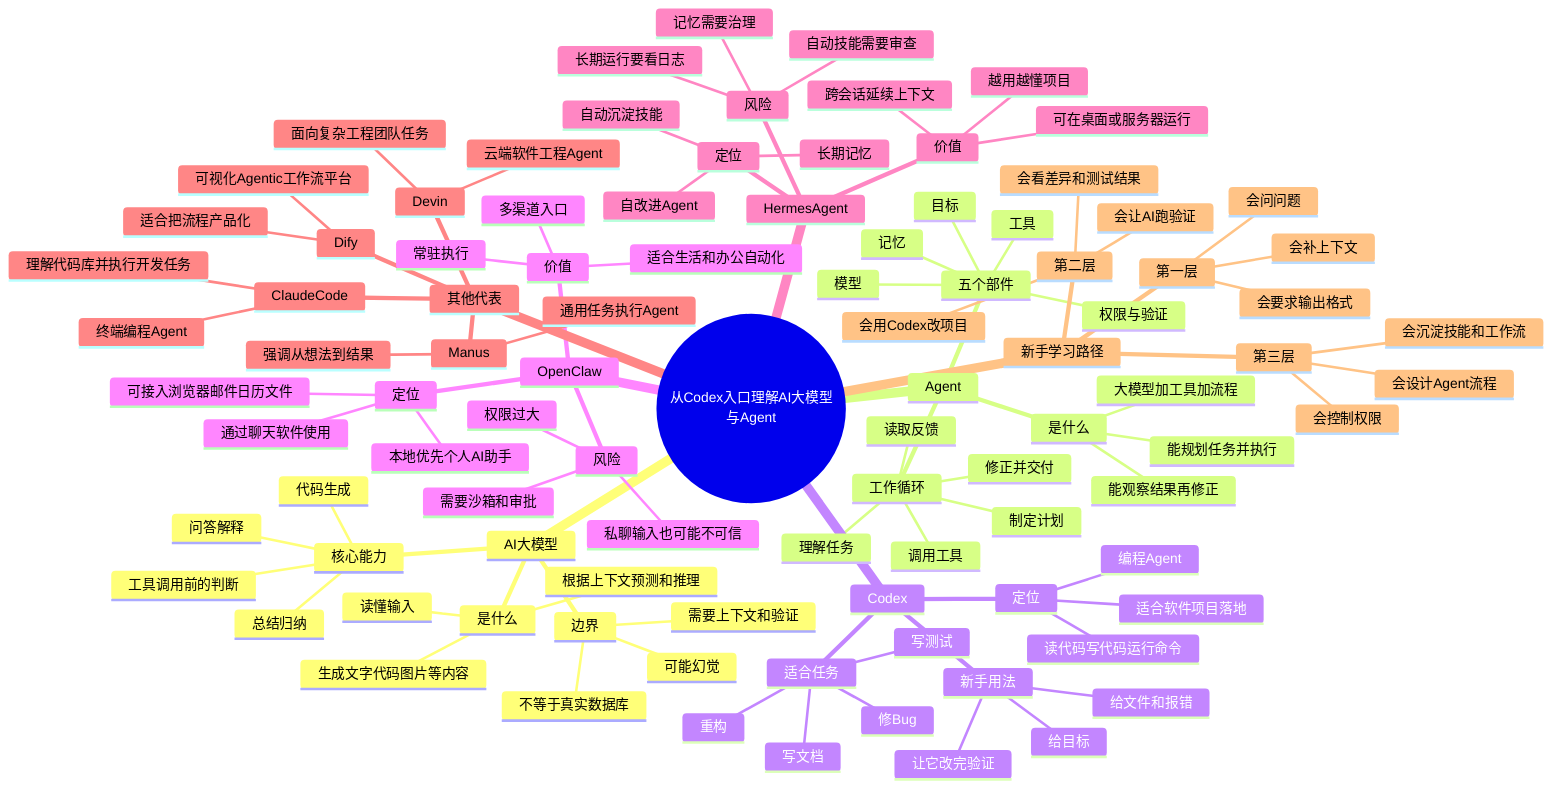
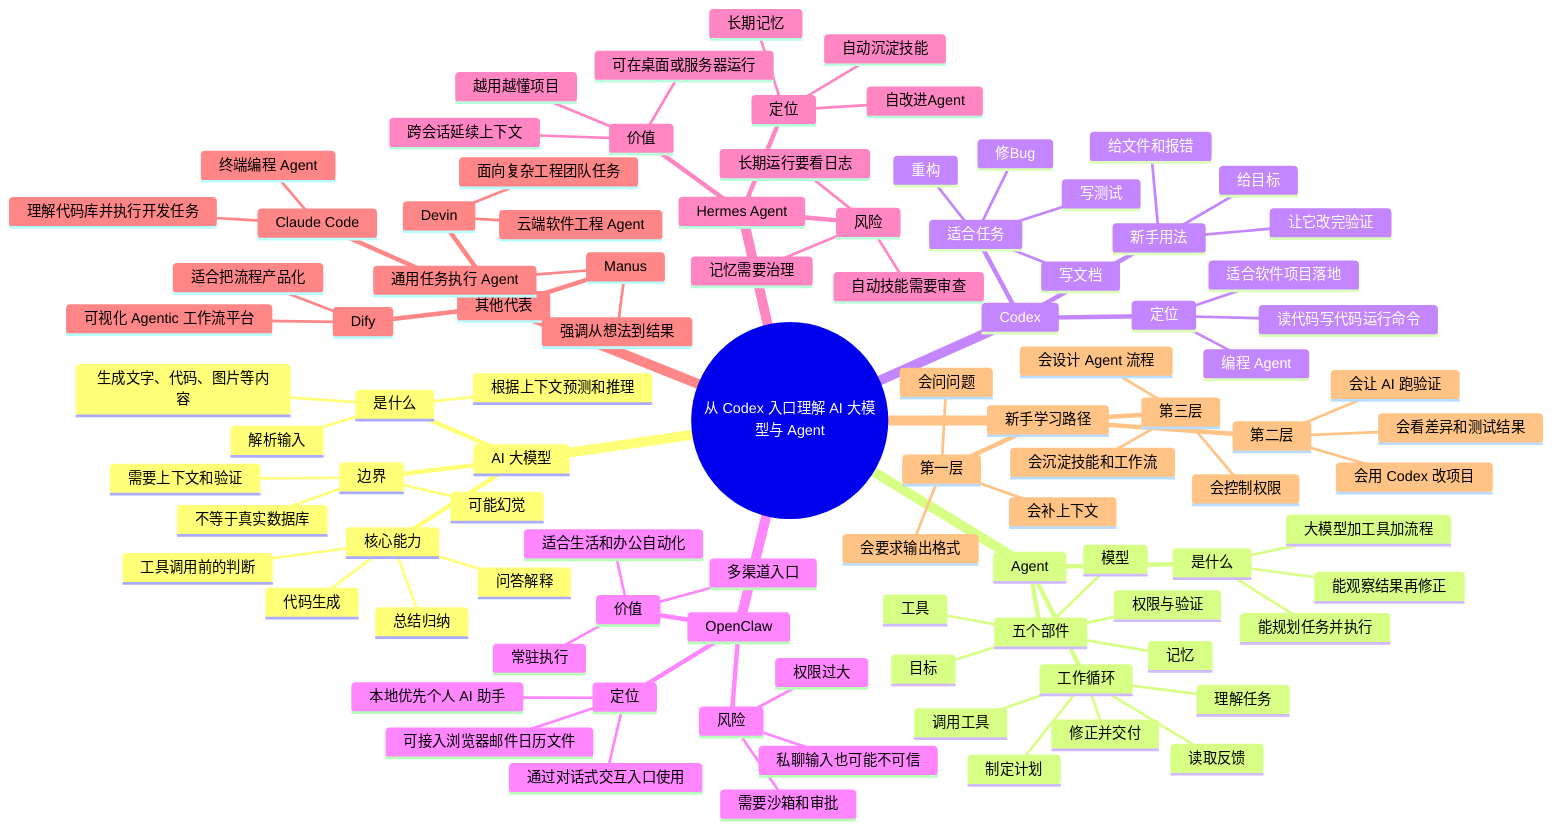
mindmap
-   root((从Codex入口理解AI大模型与Agent))
-     AI大模型
+   root((从 Codex 入口理解 AI 大模型与 Agent))
+     AI 大模型
      是什么
-         读懂输入
-         生成文字代码图片等内容
+         解析输入
+         生成文字、代码、图片等内容
        根据上下文预测和推理
      核心能力
        总结归纳
        问答解释
        代码生成
        工具调用前的判断
      边界
        可能幻觉
        不等于真实数据库
        需要上下文和验证
    Agent
      是什么
        大模型加工具加流程
        能规划任务并执行
        能观察结果再修正
      五个部件
        目标
        模型
        工具
        记忆
        权限与验证
      工作循环
        理解任务
        制定计划
        调用工具
        读取反馈
        修正并交付
    Codex
      定位
-         编程Agent
+         编程 Agent
        读代码写代码运行命令
        适合软件项目落地
      新手用法
        给目标
        给文件和报错
        让它改完验证
      适合任务
        修Bug
        重构
        写测试
        写文档
    OpenClaw
      定位
-         本地优先个人AI助手
-         通过聊天软件使用
+         本地优先个人 AI 助手
+         通过对话式交互入口使用
        可接入浏览器邮件日历文件
      价值
        常驻执行
        多渠道入口
        适合生活和办公自动化
      风险
        权限过大
        私聊输入也可能不可信
        需要沙箱和审批
-     HermesAgent
+     Hermes Agent
      定位
        自改进Agent
        长期记忆
        自动沉淀技能
      价值
        越用越懂项目
        跨会话延续上下文
        可在桌面或服务器运行
      风险
        记忆需要治理
        自动技能需要审查
        长期运行要看日志
    其他代表
-       ClaudeCode
-         终端编程Agent
+       Claude Code
+         终端编程 Agent
        理解代码库并执行开发任务
      Devin
-         云端软件工程Agent
+         云端软件工程 Agent
        面向复杂工程团队任务
      Manus
-         通用任务执行Agent
+         通用任务执行 Agent
        强调从想法到结果
      Dify
-         可视化Agentic工作流平台
+         可视化 Agentic 工作流平台
        适合把流程产品化
    新手学习路径
      第一层
        会问问题
        会补上下文
        会要求输出格式
      第二层
-         会用Codex改项目
-         会让AI跑验证
+         会用 Codex 改项目
+         会让 AI 跑验证
        会看差异和测试结果
      第三层
-         会设计Agent流程
+         会设计 Agent 流程
        会控制权限
        会沉淀技能和工作流
